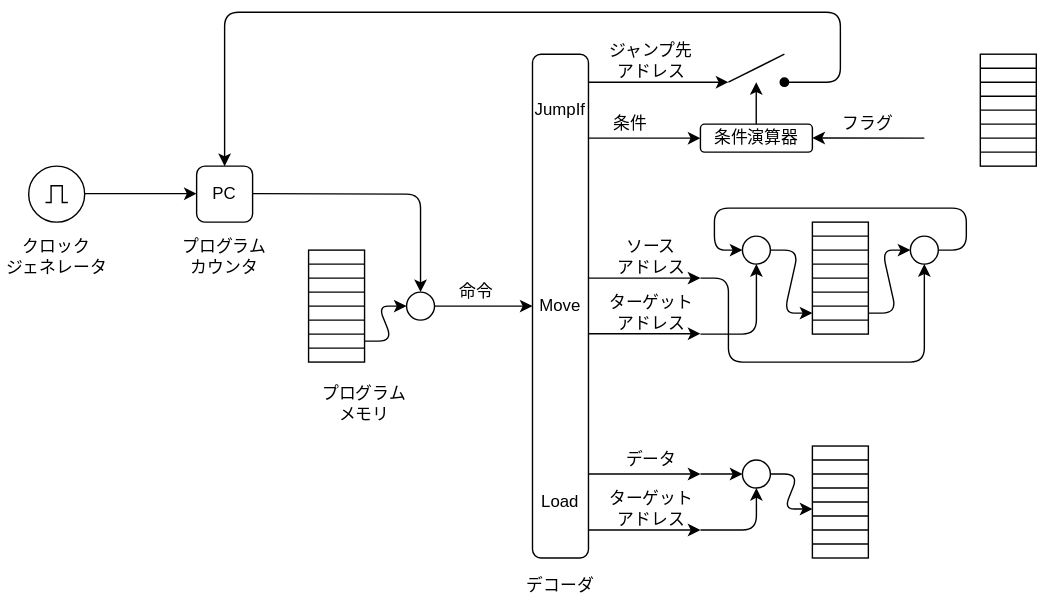
Above: RelayComputer/img/arch.drawio.svg in Next-MICON/Next-MOCON.github.io (draw.io), before the change. Source tidied: cells renumbered, new cells last; positions are measured from the earlier drawing's top-left corner, leaving out a move shared by most shapes.
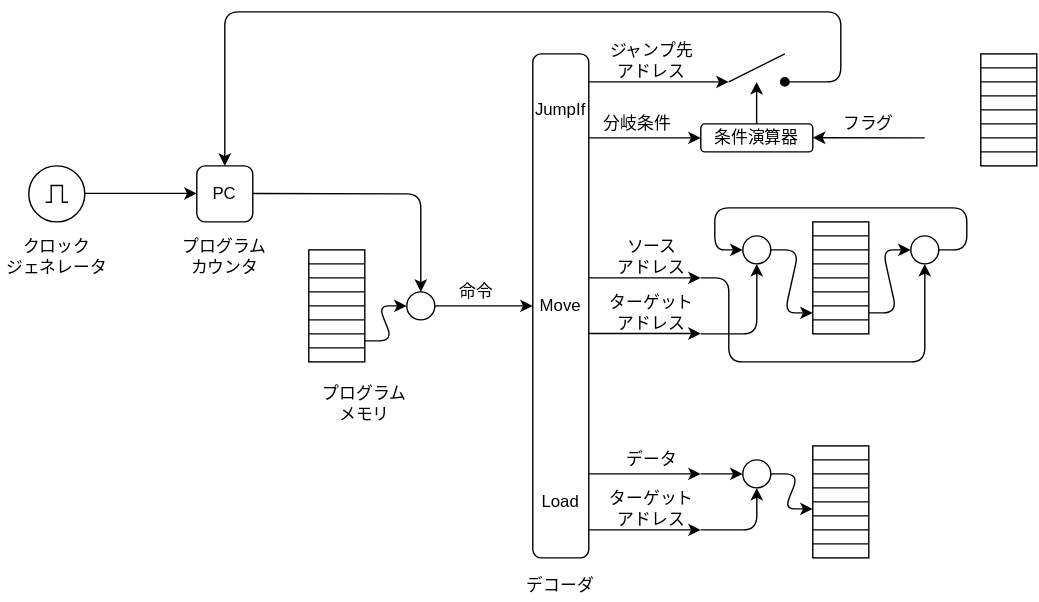
The same file after the commit.

Change to the diagram source:
```diff
@@ -100,8 +100,8 @@
     <mxCell id="31" value="デコーダ" style="text;html=1;strokeColor=none;fillColor=none;align=center;verticalAlign=middle;whiteSpace=wrap;rounded=0;" parent="1" vertex="1">
       <mxGeometry x="370" y="400" width="60" height="20" as="geometry" />
     </mxCell>
-    <mxCell id="32" value="条件" style="text;html=1;strokeColor=none;fillColor=none;align=center;verticalAlign=middle;whiteSpace=wrap;rounded=0;rotation=0;" parent="1" vertex="1">
-      <mxGeometry x="430" y="70" width="40" height="20" as="geometry" />
+    <mxCell id="32" value="分岐条件" style="text;html=1;strokeColor=none;fillColor=none;align=center;verticalAlign=middle;whiteSpace=wrap;rounded=0;rotation=0;" parent="1" vertex="1">
+      <mxGeometry x="430" y="70" width="50" height="20" as="geometry" />
     </mxCell>
     <mxCell id="33" value="ジャンプ先&lt;br&gt;アドレス" style="text;html=1;strokeColor=none;fillColor=none;align=center;verticalAlign=middle;whiteSpace=wrap;rounded=0;rotation=0;" parent="1" vertex="1">
       <mxGeometry x="430" y="20" width="70" height="30" as="geometry" />
```
